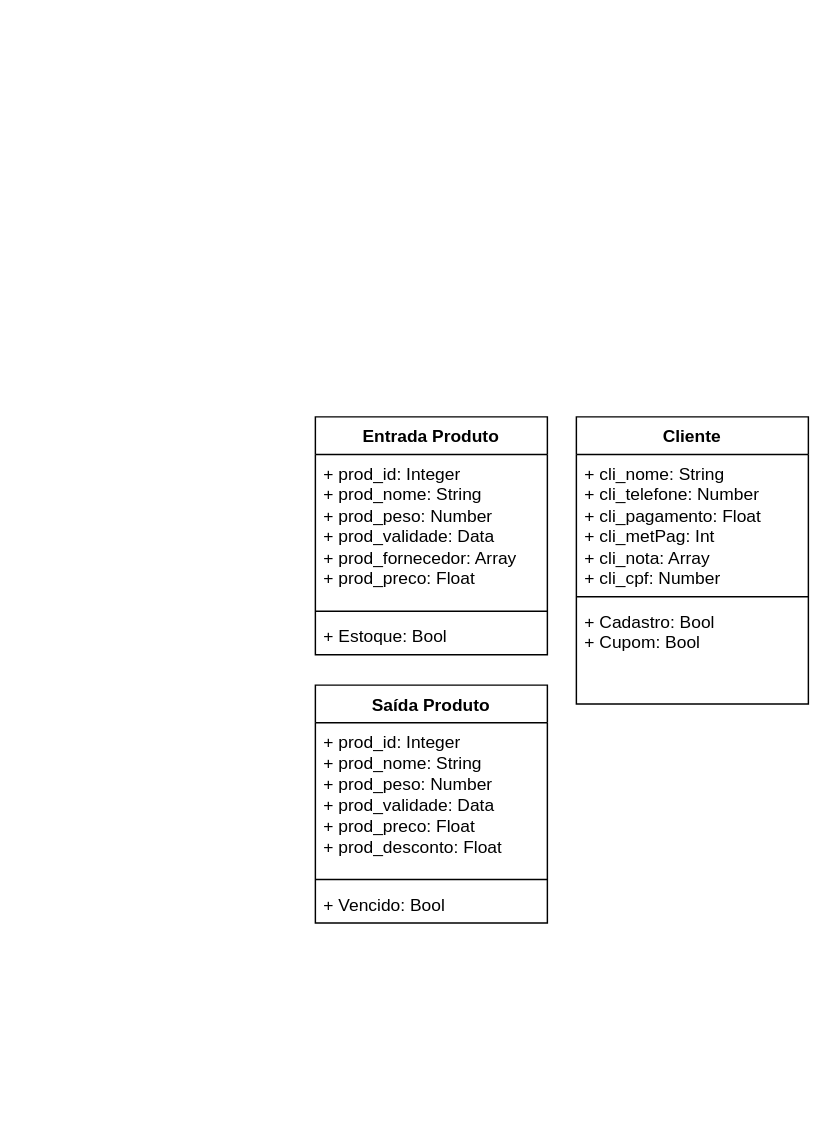
Before: inteligencia_artificial/24-08-2026/Controle de Estoque.drawio in JonasTemplario/Faculdade, a draw.io diagram. Source tidied: cells renumbered, new cells numbered last; positions are measured from the earlier drawing's top-left corner, leaving out a move shared by most shapes. Both pictures are drawn from the tidied source at 145%, with x=0, y=0 at pixel (315, 416).
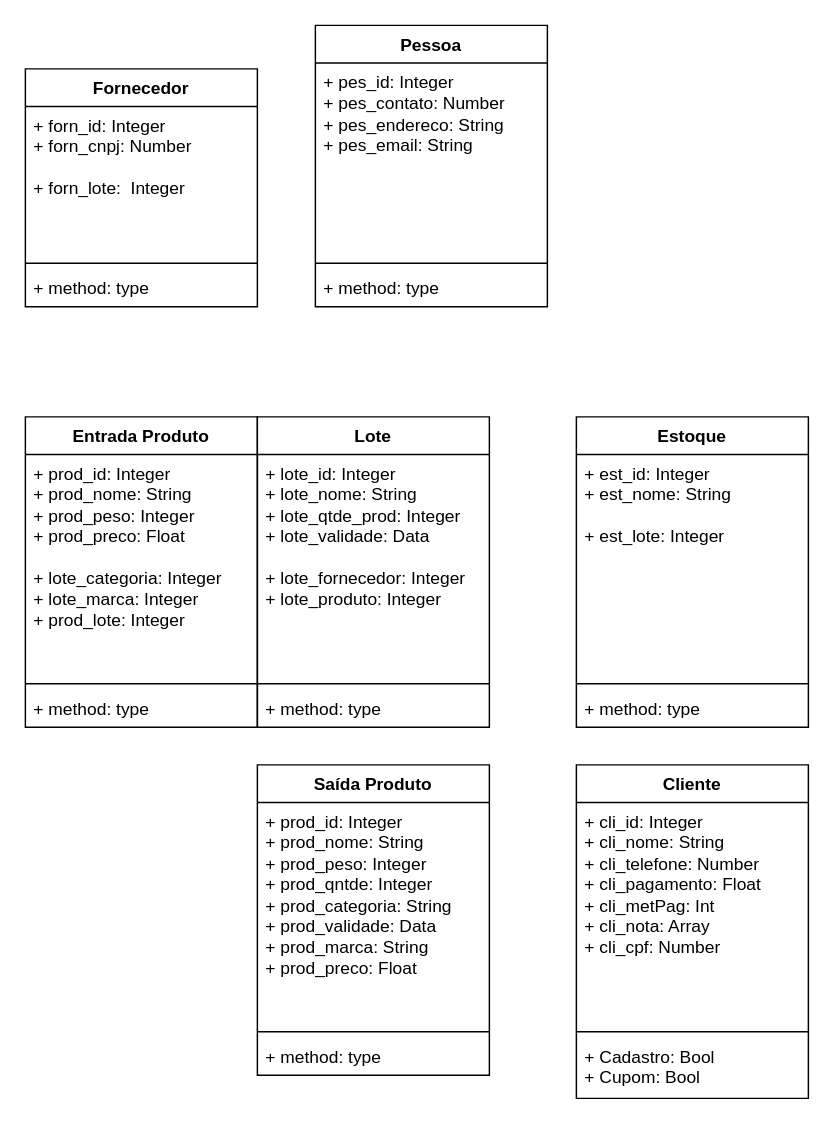
The same diagram, later.

Diff of the diagram source:
```diff
@@
     <mxCell id="2" value="Entrada Produto" style="swimlane;fontStyle=1;align=center;verticalAlign=top;horizontal=1;startSize=26;whiteSpace=wrap;html=1;" parent="1" vertex="1">
-      <mxGeometry width="160" height="164" as="geometry" />
+      <mxGeometry x="-200" width="160" height="214" as="geometry" />
     </mxCell>
-    <mxCell id="3" value="+ prod_id: Integer&lt;div&gt;+&amp;nbsp;&lt;span style=&quot;background-color: transparent; color: light-dark(rgb(0, 0, 0), rgb(255, 255, 255));&quot;&gt;prod_&lt;/span&gt;&lt;span style=&quot;background-color: transparent; color: light-dark(rgb(0, 0, 0), rgb(255, 255, 255));&quot;&gt;nome: String&lt;/span&gt;&lt;/div&gt;&lt;div&gt;+&amp;nbsp;&lt;span style=&quot;background-color: transparent; color: light-dark(rgb(0, 0, 0), rgb(255, 255, 255));&quot;&gt;prod_&lt;/span&gt;&lt;span style=&quot;background-color: transparent; color: light-dark(rgb(0, 0, 0), rgb(255, 255, 255));&quot;&gt;peso: Number&lt;/span&gt;&lt;/div&gt;&lt;div&gt;+ prod_validade: Data&lt;/div&gt;&lt;div&gt;+ prod_fornecedor: Array&lt;/div&gt;&lt;div&gt;+ prod_preco: Float&lt;/div&gt;&lt;div&gt;&lt;div&gt;&lt;br&gt;&lt;/div&gt;&lt;/div&gt;" style="text;strokeColor=none;fillColor=none;align=left;verticalAlign=top;spacingLeft=4;spacingRight=4;overflow=hidden;whiteSpace=wrap;html=1;" parent="2" vertex="1">
-      <mxGeometry y="26" width="160" height="104" as="geometry" />
+    <mxCell id="3" value="+ prod_id: Integer&lt;div&gt;+&amp;nbsp;&lt;span style=&quot;background-color: transparent; color: light-dark(rgb(0, 0, 0), rgb(255, 255, 255));&quot;&gt;prod_&lt;/span&gt;&lt;span style=&quot;background-color: transparent; color: light-dark(rgb(0, 0, 0), rgb(255, 255, 255));&quot;&gt;nome: String&lt;/span&gt;&lt;/div&gt;&lt;div&gt;+&amp;nbsp;&lt;span style=&quot;background-color: transparent; color: light-dark(rgb(0, 0, 0), rgb(255, 255, 255));&quot;&gt;prod_&lt;/span&gt;&lt;span style=&quot;background-color: transparent; color: light-dark(rgb(0, 0, 0), rgb(255, 255, 255));&quot;&gt;peso: Integer&lt;/span&gt;&lt;/div&gt;&lt;div&gt;+ prod_preco: Float&lt;/div&gt;&lt;div&gt;&lt;br&gt;&lt;/div&gt;&lt;div&gt;&lt;div&gt;&lt;span style=&quot;background-color: transparent; color: light-dark(rgb(0, 0, 0), rgb(255, 255, 255));&quot;&gt;+ lote_categoria: Integer&lt;/span&gt;&lt;/div&gt;&lt;div&gt;&lt;span style=&quot;background-color: transparent; color: light-dark(rgb(0, 0, 0), rgb(255, 255, 255));&quot;&gt;+ lote_marca: Integer&lt;/span&gt;&lt;/div&gt;&lt;/div&gt;&lt;div&gt;&lt;span style=&quot;background-color: transparent; color: light-dark(rgb(0, 0, 0), rgb(255, 255, 255));&quot;&gt;+ prod_lote: Integer&lt;/span&gt;&lt;/div&gt;&lt;div&gt;&lt;div&gt;&lt;br&gt;&lt;/div&gt;&lt;/div&gt;" style="text;strokeColor=none;fillColor=none;align=left;verticalAlign=top;spacingLeft=4;spacingRight=4;overflow=hidden;whiteSpace=wrap;html=1;" parent="2" vertex="1">
+      <mxGeometry y="26" width="160" height="154" as="geometry" />
     </mxCell>
     <mxCell id="4" style="line;strokeWidth=1;fillColor=none;align=left;verticalAlign=middle;spacingTop=-1;spacingLeft=3;spacingRight=3;labelPosition=right;strokeColor=inherit;" parent="2" vertex="1">
-      <mxGeometry y="130" width="160" height="8" as="geometry" />
+      <mxGeometry y="180" width="160" height="8" as="geometry" />
     </mxCell>
-    <mxCell id="5" value="+ Estoque: Bool" style="text;strokeColor=none;fillColor=none;align=left;verticalAlign=top;spacingLeft=4;spacingRight=4;overflow=hidden;whiteSpace=wrap;html=1;" parent="2" vertex="1">
-      <mxGeometry y="138" width="160" height="26" as="geometry" />
+    <mxCell id="5" value="+ method: type" style="text;strokeColor=none;fillColor=none;align=left;verticalAlign=top;spacingLeft=4;spacingRight=4;overflow=hidden;whiteSpace=wrap;html=1;" parent="2" vertex="1">
+      <mxGeometry y="188" width="160" height="26" as="geometry" />
     </mxCell>
     <mxCell id="6" value="Cliente" style="swimlane;fontStyle=1;align=center;verticalAlign=top;horizontal=1;startSize=26;whiteSpace=wrap;html=1;" parent="1" vertex="1">
-      <mxGeometry x="180" width="160" height="198" as="geometry" />
+      <mxGeometry x="180" y="240" width="160" height="230" as="geometry" />
     </mxCell>
-    <mxCell id="7" value="+ cli_nome: String&lt;div&gt;+&amp;nbsp;&lt;span style=&quot;background-color: transparent; color: light-dark(rgb(0, 0, 0), rgb(255, 255, 255));&quot;&gt;cli_telefone: Number&lt;/span&gt;&lt;/div&gt;&lt;div&gt;&lt;span style=&quot;background-color: transparent; color: light-dark(rgb(0, 0, 0), rgb(255, 255, 255));&quot;&gt;+ cli_pagamento: Float&amp;nbsp;&lt;/span&gt;&lt;/div&gt;&lt;div&gt;+ cli_metPag: Int&lt;span style=&quot;background-color: transparent; color: light-dark(rgb(0, 0, 0), rgb(255, 255, 255));&quot;&gt;&lt;/span&gt;&lt;/div&gt;&lt;div&gt;+ cli_nota: Array&lt;/div&gt;&lt;div&gt;+ cli_cpf: Number&lt;/div&gt;&lt;div&gt;&lt;br&gt;&lt;/div&gt;" style="text;strokeColor=none;fillColor=none;align=left;verticalAlign=top;spacingLeft=4;spacingRight=4;overflow=hidden;whiteSpace=wrap;html=1;" parent="6" vertex="1">
-      <mxGeometry y="26" width="160" height="94" as="geometry" />
+    <mxCell id="7" value="+ cli_id: Integer&lt;div&gt;+ cli_nome: String&lt;div&gt;+&amp;nbsp;&lt;span style=&quot;background-color: transparent; color: light-dark(rgb(0, 0, 0), rgb(255, 255, 255));&quot;&gt;cli_telefone: Number&lt;/span&gt;&lt;/div&gt;&lt;div&gt;&lt;span style=&quot;background-color: transparent; color: light-dark(rgb(0, 0, 0), rgb(255, 255, 255));&quot;&gt;+ cli_pagamento: Float&amp;nbsp;&lt;/span&gt;&lt;/div&gt;&lt;div&gt;+ cli_metPag: Int&lt;span style=&quot;background-color: transparent; color: light-dark(rgb(0, 0, 0), rgb(255, 255, 255));&quot;&gt;&lt;/span&gt;&lt;/div&gt;&lt;div&gt;+ cli_nota: Array&lt;/div&gt;&lt;div&gt;+ cli_cpf: Number&lt;/div&gt;&lt;div&gt;&lt;br&gt;&lt;/div&gt;&lt;/div&gt;" style="text;strokeColor=none;fillColor=none;align=left;verticalAlign=top;spacingLeft=4;spacingRight=4;overflow=hidden;whiteSpace=wrap;html=1;" parent="6" vertex="1">
+      <mxGeometry y="26" width="160" height="154" as="geometry" />
     </mxCell>
     <mxCell id="8" style="line;strokeWidth=1;fillColor=none;align=left;verticalAlign=middle;spacingTop=-1;spacingLeft=3;spacingRight=3;labelPosition=right;strokeColor=inherit;" parent="6" vertex="1">
-      <mxGeometry y="120" width="160" height="8" as="geometry" />
+      <mxGeometry y="180" width="160" height="8" as="geometry" />
     </mxCell>
     <mxCell id="9" value="+ Cadastro: Bool&lt;div&gt;+ Cupom: Bool&lt;/div&gt;" style="text;strokeColor=none;fillColor=none;align=left;verticalAlign=top;spacingLeft=4;spacingRight=4;overflow=hidden;whiteSpace=wrap;html=1;" parent="6" vertex="1">
-      <mxGeometry y="128" width="160" height="70" as="geometry" />
+      <mxGeometry y="188" width="160" height="42" as="geometry" />
     </mxCell>
     <mxCell id="10" value="Saída Produto" style="swimlane;fontStyle=1;align=center;verticalAlign=top;horizontal=1;startSize=26;whiteSpace=wrap;html=1;" parent="1" vertex="1">
-      <mxGeometry y="185" width="160" height="164" as="geometry" />
+      <mxGeometry x="-40" y="240" width="160" height="214" as="geometry" />
     </mxCell>
-    <mxCell id="11" value="+ prod_id: Integer&lt;div&gt;+&amp;nbsp;&lt;span style=&quot;background-color: transparent; color: light-dark(rgb(0, 0, 0), rgb(255, 255, 255));&quot;&gt;prod_&lt;/span&gt;&lt;span style=&quot;background-color: transparent; color: light-dark(rgb(0, 0, 0), rgb(255, 255, 255));&quot;&gt;nome: String&lt;/span&gt;&lt;/div&gt;&lt;div&gt;+&amp;nbsp;&lt;span style=&quot;background-color: transparent; color: light-dark(rgb(0, 0, 0), rgb(255, 255, 255));&quot;&gt;prod_&lt;/span&gt;&lt;span style=&quot;background-color: transparent; color: light-dark(rgb(0, 0, 0), rgb(255, 255, 255));&quot;&gt;peso: Number&lt;/span&gt;&lt;/div&gt;&lt;div&gt;+ prod_validade: Data&lt;/div&gt;&lt;div&gt;+ prod_preco: Float&lt;/div&gt;&lt;div&gt;+ prod_desconto: Float&lt;/div&gt;&lt;div&gt;&lt;div&gt;&lt;br&gt;&lt;/div&gt;&lt;/div&gt;" style="text;strokeColor=none;fillColor=none;align=left;verticalAlign=top;spacingLeft=4;spacingRight=4;overflow=hidden;whiteSpace=wrap;html=1;" parent="10" vertex="1">
-      <mxGeometry y="26" width="160" height="104" as="geometry" />
+    <mxCell id="11" value="&lt;div&gt;&lt;div&gt;+ prod_id: Integer&lt;div&gt;+ &lt;span style=&quot;background-color: transparent; color: light-dark(rgb(0, 0, 0), rgb(255, 255, 255));&quot;&gt;prod_&lt;/span&gt;&lt;span style=&quot;background-color: transparent; color: light-dark(rgb(0, 0, 0), rgb(255, 255, 255));&quot;&gt;nome: String&lt;/span&gt;&lt;/div&gt;&lt;div&gt;+ &lt;span style=&quot;background-color: transparent; color: light-dark(rgb(0, 0, 0), rgb(255, 255, 255));&quot;&gt;prod_&lt;/span&gt;&lt;span style=&quot;background-color: transparent; color: light-dark(rgb(0, 0, 0), rgb(255, 255, 255));&quot;&gt;peso: Integer&lt;/span&gt;&lt;/div&gt;&lt;div&gt;&lt;span style=&quot;background-color: transparent; color: light-dark(rgb(0, 0, 0), rgb(255, 255, 255));&quot;&gt;+ prod_qntde: Integer&lt;/span&gt;&lt;/div&gt;&lt;div&gt;&lt;span style=&quot;background-color: transparent; color: light-dark(rgb(0, 0, 0), rgb(255, 255, 255));&quot;&gt;+ prod_categoria: String&lt;/span&gt;&lt;/div&gt;&lt;div&gt;+ prod_validade: Data&lt;/div&gt;&lt;div&gt;+ prod_marca: String&lt;/div&gt;&lt;div&gt;+ prod_preco: Float&lt;/div&gt;&lt;div&gt;&lt;br&gt;&lt;/div&gt;&lt;/div&gt;&lt;/div&gt;" style="text;strokeColor=none;fillColor=none;align=left;verticalAlign=top;spacingLeft=4;spacingRight=4;overflow=hidden;whiteSpace=wrap;html=1;" parent="10" vertex="1">
+      <mxGeometry y="26" width="160" height="154" as="geometry" />
     </mxCell>
     <mxCell id="12" style="line;strokeWidth=1;fillColor=none;align=left;verticalAlign=middle;spacingTop=-1;spacingLeft=3;spacingRight=3;labelPosition=right;strokeColor=inherit;" parent="10" vertex="1">
-      <mxGeometry y="130" width="160" height="8" as="geometry" />
+      <mxGeometry y="180" width="160" height="8" as="geometry" />
     </mxCell>
-    <mxCell id="13" value="+ Vencido: Bool" style="text;strokeColor=none;fillColor=none;align=left;verticalAlign=top;spacingLeft=4;spacingRight=4;overflow=hidden;whiteSpace=wrap;html=1;" parent="10" vertex="1">
-      <mxGeometry y="138" width="160" height="26" as="geometry" />
+    <mxCell id="13" value="+ method: type" style="text;strokeColor=none;fillColor=none;align=left;verticalAlign=top;spacingLeft=4;spacingRight=4;overflow=hidden;whiteSpace=wrap;html=1;" parent="10" vertex="1">
+      <mxGeometry y="188" width="160" height="26" as="geometry" />
     </mxCell>
+    <mxCell id="14" value="Fornecedor" style="swimlane;fontStyle=1;align=center;verticalAlign=top;horizontal=1;startSize=26;whiteSpace=wrap;html=1;" parent="1" vertex="1">
+      <mxGeometry x="-200" y="-240" width="160" height="164" as="geometry" />
+    </mxCell>
+    <mxCell id="15" value="&lt;div&gt;&lt;div&gt;+ forn_id: Integer&lt;/div&gt;&lt;/div&gt;&lt;div&gt;+&amp;nbsp;&lt;span style=&quot;background-color: transparent; color: light-dark(rgb(0, 0, 0), rgb(255, 255, 255));&quot;&gt;forn_&lt;/span&gt;&lt;span style=&quot;background-color: transparent; color: light-dark(rgb(0, 0, 0), rgb(255, 255, 255));&quot;&gt;cnpj: Number&lt;/span&gt;&lt;/div&gt;&lt;div&gt;&lt;br&gt;&lt;/div&gt;&lt;div&gt;+ forn_lote:&amp;nbsp; Integer&lt;/div&gt;" style="text;strokeColor=none;fillColor=none;align=left;verticalAlign=top;spacingLeft=4;spacingRight=4;overflow=hidden;whiteSpace=wrap;html=1;" parent="14" vertex="1">
+      <mxGeometry y="26" width="160" height="104" as="geometry" />
+    </mxCell>
+    <mxCell id="16" style="line;strokeWidth=1;fillColor=none;align=left;verticalAlign=middle;spacingTop=-1;spacingLeft=3;spacingRight=3;labelPosition=right;strokeColor=inherit;" parent="14" vertex="1">
+      <mxGeometry y="130" width="160" height="8" as="geometry" />
+    </mxCell>
+    <mxCell id="17" value="+ method: type" style="text;strokeColor=none;fillColor=none;align=left;verticalAlign=top;spacingLeft=4;spacingRight=4;overflow=hidden;whiteSpace=wrap;html=1;" parent="14" vertex="1">
+      <mxGeometry y="138" width="160" height="26" as="geometry" />
+    </mxCell>
+    <mxCell id="18" value="Estoque" style="swimlane;fontStyle=1;align=center;verticalAlign=top;horizontal=1;startSize=26;whiteSpace=wrap;html=1;" parent="1" vertex="1">
+      <mxGeometry x="180" width="160" height="214" as="geometry" />
+    </mxCell>
+    <mxCell id="19" value="+ est_id: Integer&lt;div&gt;+&amp;nbsp;&lt;span style=&quot;background-color: transparent; color: light-dark(rgb(0, 0, 0), rgb(255, 255, 255));&quot;&gt;est_&lt;/span&gt;&lt;span style=&quot;background-color: transparent; color: light-dark(rgb(0, 0, 0), rgb(255, 255, 255));&quot;&gt;nome: String&lt;/span&gt;&lt;/div&gt;&lt;div&gt;&lt;div&gt;&lt;br&gt;&lt;/div&gt;&lt;/div&gt;&lt;div&gt;+ est_lote: Integer&lt;/div&gt;" style="text;strokeColor=none;fillColor=none;align=left;verticalAlign=top;spacingLeft=4;spacingRight=4;overflow=hidden;whiteSpace=wrap;html=1;" parent="18" vertex="1">
+      <mxGeometry y="26" width="160" height="154" as="geometry" />
+    </mxCell>
+    <mxCell id="20" style="line;strokeWidth=1;fillColor=none;align=left;verticalAlign=middle;spacingTop=-1;spacingLeft=3;spacingRight=3;labelPosition=right;strokeColor=inherit;" parent="18" vertex="1">
+      <mxGeometry y="180" width="160" height="8" as="geometry" />
+    </mxCell>
+    <mxCell id="21" value="+ method: type" style="text;strokeColor=none;fillColor=none;align=left;verticalAlign=top;spacingLeft=4;spacingRight=4;overflow=hidden;whiteSpace=wrap;html=1;" parent="18" vertex="1">
+      <mxGeometry y="188" width="160" height="26" as="geometry" />
+    </mxCell>
+    <mxCell id="22" value="Lote" style="swimlane;fontStyle=1;align=center;verticalAlign=top;horizontal=1;startSize=26;whiteSpace=wrap;html=1;" parent="1" vertex="1">
+      <mxGeometry x="-40" width="160" height="214" as="geometry" />
+    </mxCell>
+    <mxCell id="23" value="+ lote_id: Integer&lt;div&gt;+ lote&lt;span style=&quot;background-color: transparent; color: light-dark(rgb(0, 0, 0), rgb(255, 255, 255));&quot;&gt;_&lt;/span&gt;&lt;span style=&quot;background-color: transparent; color: light-dark(rgb(0, 0, 0), rgb(255, 255, 255));&quot;&gt;nome: String&lt;/span&gt;&lt;/div&gt;&lt;div&gt;+ lote&lt;span style=&quot;background-color: transparent; color: light-dark(rgb(0, 0, 0), rgb(255, 255, 255));&quot;&gt;_&lt;/span&gt;&lt;span style=&quot;background-color: transparent; color: light-dark(rgb(0, 0, 0), rgb(255, 255, 255));&quot;&gt;qtde_prod: Integer&lt;/span&gt;&lt;/div&gt;&lt;div&gt;&lt;span style=&quot;background-color: transparent; color: light-dark(rgb(0, 0, 0), rgb(255, 255, 255));&quot;&gt;+ lote_validade: Data&lt;/span&gt;&lt;/div&gt;&lt;div&gt;&lt;br&gt;&lt;/div&gt;&lt;div&gt;+ lote_fornecedor: Integer&lt;/div&gt;&lt;div&gt;+ lote_produto: Integer&lt;/div&gt;&lt;div&gt;&lt;div&gt;&lt;br&gt;&lt;/div&gt;&lt;/div&gt;" style="text;strokeColor=none;fillColor=none;align=left;verticalAlign=top;spacingLeft=4;spacingRight=4;overflow=hidden;whiteSpace=wrap;html=1;" parent="22" vertex="1">
+      <mxGeometry y="26" width="160" height="154" as="geometry" />
+    </mxCell>
+    <mxCell id="24" style="line;strokeWidth=1;fillColor=none;align=left;verticalAlign=middle;spacingTop=-1;spacingLeft=3;spacingRight=3;labelPosition=right;strokeColor=inherit;" parent="22" vertex="1">
+      <mxGeometry y="180" width="160" height="8" as="geometry" />
+    </mxCell>
+    <mxCell id="25" value="+ method: type" style="text;strokeColor=none;fillColor=none;align=left;verticalAlign=top;spacingLeft=4;spacingRight=4;overflow=hidden;whiteSpace=wrap;html=1;" parent="22" vertex="1">
+      <mxGeometry y="188" width="160" height="26" as="geometry" />
+    </mxCell>
+    <mxCell id="26" value="Pessoa" style="swimlane;fontStyle=1;align=center;verticalAlign=top;horizontal=1;startSize=26;whiteSpace=wrap;html=1;" parent="1" vertex="1">
+      <mxGeometry y="-270" width="160" height="194" as="geometry" />
+    </mxCell>
+    <mxCell id="27" value="&lt;div&gt;&lt;div&gt;+ pes_id: Integer&lt;/div&gt;&lt;div&gt;+ pes&lt;span style=&quot;background-color: transparent; color: light-dark(rgb(0, 0, 0), rgb(255, 255, 255));&quot;&gt;_&lt;/span&gt;&lt;span style=&quot;background-color: transparent; color: light-dark(rgb(0, 0, 0), rgb(255, 255, 255));&quot;&gt;contato: Number&lt;/span&gt;&lt;/div&gt;&lt;/div&gt;&lt;div&gt;+&amp;nbsp;&lt;span style=&quot;background-color: transparent; color: light-dark(rgb(0, 0, 0), rgb(255, 255, 255));&quot;&gt;pes_&lt;/span&gt;&lt;span style=&quot;background-color: transparent; color: light-dark(rgb(0, 0, 0), rgb(255, 255, 255));&quot;&gt;endereco: String&lt;/span&gt;&lt;/div&gt;&lt;div&gt;+ pes_email: String&lt;/div&gt;" style="text;strokeColor=none;fillColor=none;align=left;verticalAlign=top;spacingLeft=4;spacingRight=4;overflow=hidden;whiteSpace=wrap;html=1;" parent="26" vertex="1">
+      <mxGeometry y="26" width="160" height="134" as="geometry" />
+    </mxCell>
+    <mxCell id="28" style="line;strokeWidth=1;fillColor=none;align=left;verticalAlign=middle;spacingTop=-1;spacingLeft=3;spacingRight=3;labelPosition=right;strokeColor=inherit;" parent="26" vertex="1">
+      <mxGeometry y="160" width="160" height="8" as="geometry" />
+    </mxCell>
+    <mxCell id="29" value="+ method: type" style="text;strokeColor=none;fillColor=none;align=left;verticalAlign=top;spacingLeft=4;spacingRight=4;overflow=hidden;whiteSpace=wrap;html=1;" parent="26" vertex="1">
+      <mxGeometry y="168" width="160" height="26" as="geometry" />
+    </mxCell>
```
